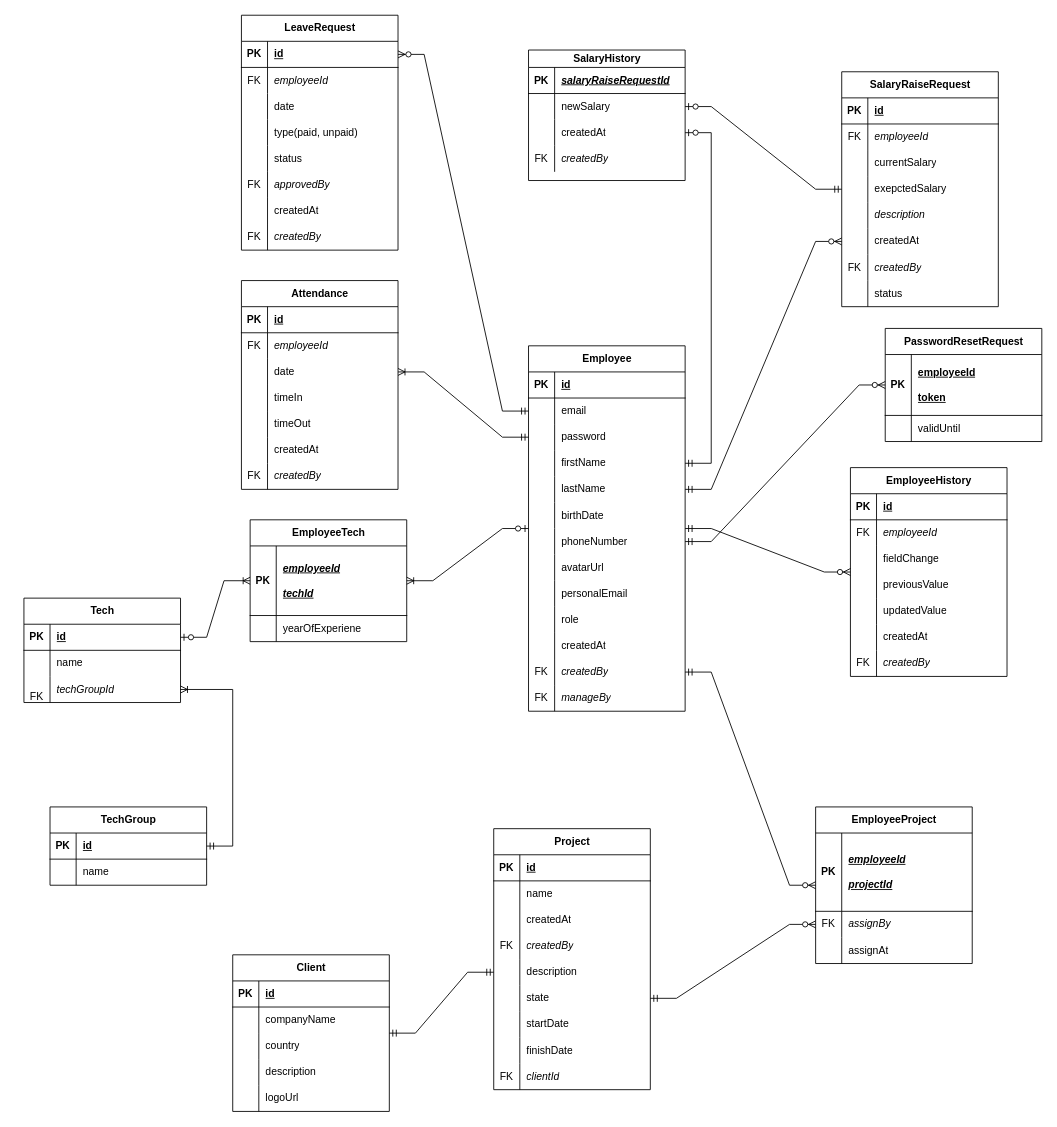
Before: EntityRelationshipDiagram.drawio in LeQuiLong7/VMO_HumanManagementProject, a draw.io diagram. Source tidied: cells renumbered, new cells numbered last; positions are measured from the earlier drawing's top-left corner, leaving out a move shared by most shapes. Both pictures are drawn from the tidied source at 87%, with x=0, y=0 at pixel (-238, 15).
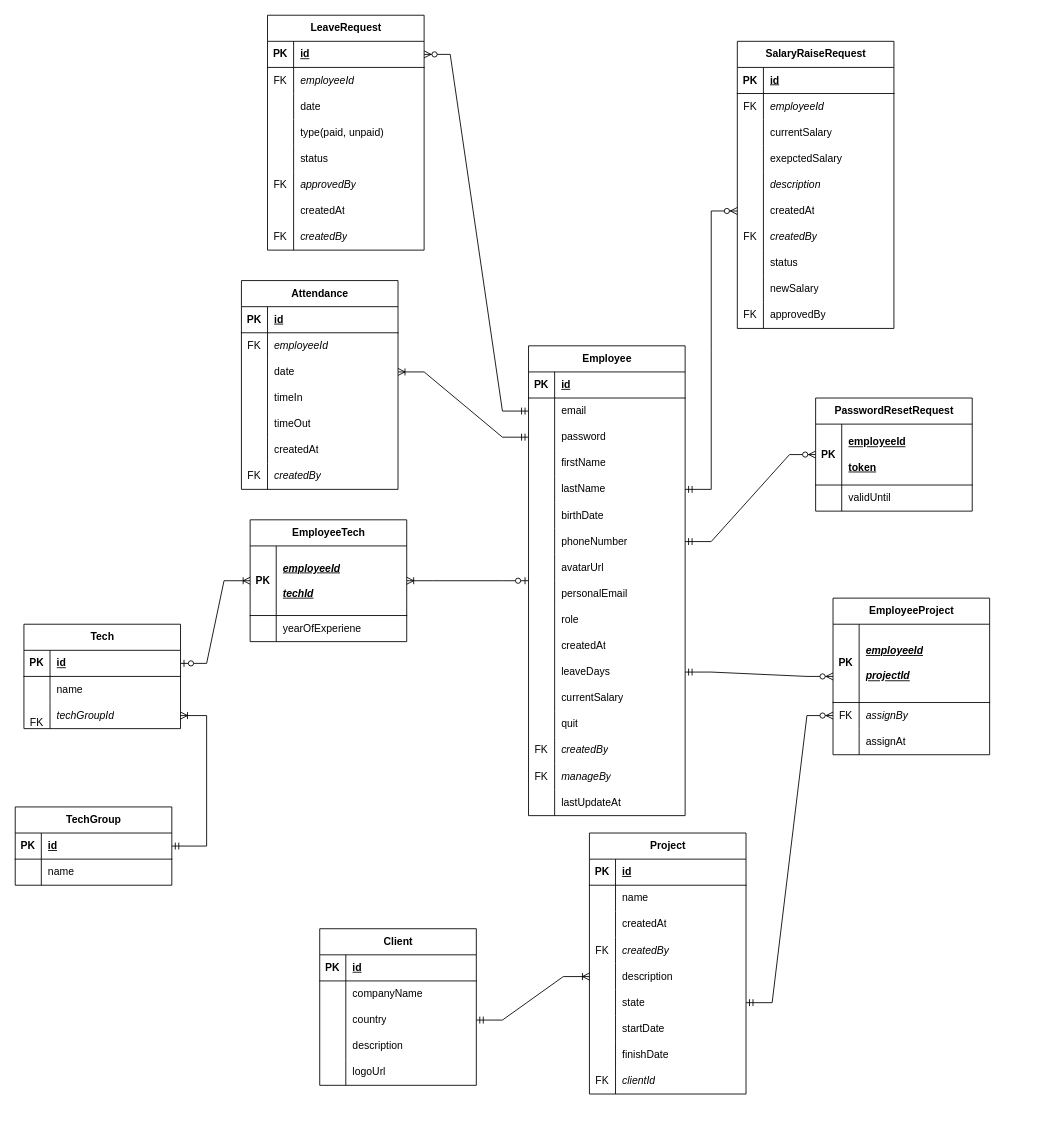
The same diagram, later.

Unchanged cells that the change refers to:
```xml
<mxCell id="32" style="shape=tableRow;horizontal=0;startSize=0;swimlaneHead=0;swimlaneBody=0;fillColor=none;points=[[0,0.5],[1,0.5]];portConstraint=eastwest;top=0;left=0;right=0;bottom=0;" parent="19" vertex="1">
  <mxGeometry y="150" width="180" height="30" as="geometry" />
</mxCell>
<mxCell id="54" style="shape=tableRow;horizontal=0;startSize=0;swimlaneHead=0;swimlaneBody=0;fillColor=none;points=[[0,0.5],[1,0.5]];portConstraint=eastwest;top=0;left=0;right=0;bottom=0;" parent="47" vertex="1">
  <mxGeometry y="90" width="180" height="30" as="geometry" />
</mxCell>
<mxCell id="102" style="shape=tableRow;horizontal=0;startSize=0;swimlaneHead=0;swimlaneBody=0;fillColor=none;points=[[0,0.5],[1,0.5]];portConstraint=eastwest;top=0;left=0;right=0;bottom=0;" parent="92" vertex="1">
  <mxGeometry y="120" width="180" height="30" as="geometry" />
</mxCell>
<mxCell id="229" style="shape=tableRow;horizontal=0;startSize=0;swimlaneHead=0;swimlaneBody=0;fillColor=none;points=[[0,0.5],[1,0.5]];portConstraint=eastwest;top=0;left=0;right=0;bottom=0;" parent="219" vertex="1">
  <mxGeometry y="120" width="180" height="30" as="geometry" />
</mxCell>
```

The edit, as a diff of the source:
```diff
@@
     <mxCell id="2" value="Tech" style="shape=table;startSize=30;childLayout=tableLayout;rowLines=0;fontStyle=1;align=center;html=1;" parent="1" vertex="1">
-      <mxGeometry x="300" y="670" width="180" height="120" as="geometry" />
+      <mxGeometry x="300" y="700" width="180" height="120" as="geometry" />
     </mxCell>
@@
     <mxCell id="12" value="TechGroup" style="shape=table;startSize=30;childLayout=tableLayout;rowLines=0;fontStyle=1;align=center;html=1;" parent="1" vertex="1">
-      <mxGeometry x="330" y="910" width="180" height="90" as="geometry" />
+      <mxGeometry x="290" y="910" width="180" height="90" as="geometry" />
     </mxCell>
@@
     <mxCell id="19" value="Project" style="shape=table;startSize=30;childLayout=tableLayout;rowLines=0;fontStyle=1;align=center;html=1;" parent="1" vertex="1">
-      <mxGeometry x="840" y="935" width="180" height="300" as="geometry" />
+      <mxGeometry x="950" y="940" width="180" height="300" as="geometry" />
     </mxCell>
@@
     <mxCell id="47" value="Client" style="shape=table;startSize=30;childLayout=tableLayout;rowLines=0;fontStyle=1;align=center;html=1;" parent="1" vertex="1">
-      <mxGeometry x="540" y="1080" width="180" height="180" as="geometry" />
+      <mxGeometry x="640" y="1050" width="180" height="180" as="geometry" />
     </mxCell>
@@
-    <mxCell id="63" value="EmployeeHistory" style="shape=table;startSize=30;childLayout=tableLayout;rowLines=0;fontStyle=1;align=center;html=1;" parent="1" vertex="1">
-      <mxGeometry x="1250" y="520" width="180" height="240" as="geometry" />
-    </mxCell>
-    <mxCell id="64" style="shape=tableRow;horizontal=0;startSize=0;swimlaneHead=0;swimlaneBody=0;fillColor=none;top=0;left=0;right=0;bottom=1;" parent="63" vertex="1">
-      <mxGeometry y="30" width="180" height="30" as="geometry" />
-    </mxCell>
-    <mxCell id="65" value="PK" style="shape=partialRectangle;fillColor=none;top=0;left=0;bottom=0;right=0;fontStyle=1;overflow=hidden;whiteSpace=wrap;html=1;" parent="64" vertex="1">
-      <mxGeometry width="30" height="30" as="geometry" />
-    </mxCell>
-    <mxCell id="66" value="id" style="shape=partialRectangle;fillColor=none;top=0;left=0;bottom=0;right=0;align=left;spacingLeft=6;fontStyle=5;overflow=hidden;whiteSpace=wrap;html=1;" parent="64" vertex="1">
-      <mxGeometry x="30" width="150" height="30" as="geometry" />
-    </mxCell>
-    <mxCell id="67" style="shape=tableRow;horizontal=0;startSize=0;swimlaneHead=0;swimlaneBody=0;fillColor=none;top=0;left=0;right=0;bottom=0;" parent="63" vertex="1">
-      <mxGeometry y="60" width="180" height="30" as="geometry" />
-    </mxCell>
-    <mxCell id="68" value="FK" style="shape=partialRectangle;fillColor=none;top=0;left=0;bottom=0;right=0;overflow=hidden;whiteSpace=wrap;html=1;" parent="67" vertex="1">
-      <mxGeometry width="30" height="30" as="geometry" />
-    </mxCell>
-    <mxCell id="69" value="&lt;i&gt;employeeId&lt;/i&gt;" style="shape=partialRectangle;fillColor=none;top=0;left=0;bottom=0;right=0;align=left;spacingLeft=6;overflow=hidden;whiteSpace=wrap;html=1;" parent="67" vertex="1">
-      <mxGeometry x="30" width="150" height="30" as="geometry" />
-    </mxCell>
-    <mxCell id="70" style="shape=tableRow;horizontal=0;startSize=0;swimlaneHead=0;swimlaneBody=0;fillColor=none;top=0;left=0;right=0;bottom=0;" parent="63" vertex="1">
-      <mxGeometry y="90" width="180" height="30" as="geometry" />
-    </mxCell>
-    <mxCell id="71" style="shape=partialRectangle;fillColor=none;top=0;left=0;bottom=0;right=0;overflow=hidden;whiteSpace=wrap;html=1;" parent="70" vertex="1">
-      <mxGeometry width="30" height="30" as="geometry" />
-    </mxCell>
-    <mxCell id="72" value="fieldChange" style="shape=partialRectangle;fillColor=none;top=0;left=0;bottom=0;right=0;align=left;spacingLeft=6;overflow=hidden;whiteSpace=wrap;html=1;" parent="70" vertex="1">
-      <mxGeometry x="30" width="150" height="30" as="geometry" />
-    </mxCell>
-    <mxCell id="73" style="shape=tableRow;horizontal=0;startSize=0;swimlaneHead=0;swimlaneBody=0;fillColor=none;top=0;left=0;right=0;bottom=0;" parent="63" vertex="1">
-      <mxGeometry y="120" width="180" height="30" as="geometry" />
-    </mxCell>
-    <mxCell id="74" style="shape=partialRectangle;fillColor=none;top=0;left=0;bottom=0;right=0;overflow=hidden;whiteSpace=wrap;html=1;" parent="73" vertex="1">
-      <mxGeometry width="30" height="30" as="geometry" />
-    </mxCell>
-    <mxCell id="75" value="previousValue" style="shape=partialRectangle;fillColor=none;top=0;left=0;bottom=0;right=0;align=left;spacingLeft=6;overflow=hidden;whiteSpace=wrap;html=1;" parent="73" vertex="1">
-      <mxGeometry x="30" width="150" height="30" as="geometry" />
-    </mxCell>
-    <mxCell id="76" style="shape=tableRow;horizontal=0;startSize=0;swimlaneHead=0;swimlaneBody=0;fillColor=none;top=0;left=0;right=0;bottom=0;" parent="63" vertex="1">
-      <mxGeometry y="150" width="180" height="30" as="geometry" />
-    </mxCell>
-    <mxCell id="77" style="shape=partialRectangle;fillColor=none;top=0;left=0;bottom=0;right=0;overflow=hidden;whiteSpace=wrap;html=1;" parent="76" vertex="1">
-      <mxGeometry width="30" height="30" as="geometry" />
-    </mxCell>
-    <mxCell id="78" value="updatedValue" style="shape=partialRectangle;fillColor=none;top=0;left=0;bottom=0;right=0;align=left;spacingLeft=6;overflow=hidden;whiteSpace=wrap;html=1;" parent="76" vertex="1">
-      <mxGeometry x="30" width="150" height="30" as="geometry" />
-    </mxCell>
-    <mxCell id="79" style="shape=tableRow;horizontal=0;startSize=0;swimlaneHead=0;swimlaneBody=0;fillColor=none;top=0;left=0;right=0;bottom=0;" parent="63" vertex="1">
-      <mxGeometry y="180" width="180" height="30" as="geometry" />
-    </mxCell>
-    <mxCell id="80" style="shape=partialRectangle;fillColor=none;top=0;left=0;bottom=0;right=0;overflow=hidden;whiteSpace=wrap;html=1;" parent="79" vertex="1">
-      <mxGeometry width="30" height="30" as="geometry" />
-    </mxCell>
-    <mxCell id="81" value="createdAt" style="shape=partialRectangle;fillColor=none;top=0;left=0;bottom=0;right=0;align=left;spacingLeft=6;overflow=hidden;whiteSpace=wrap;html=1;" parent="79" vertex="1">
-      <mxGeometry x="30" width="150" height="30" as="geometry" />
-    </mxCell>
-    <mxCell id="82" style="shape=tableRow;horizontal=0;startSize=0;swimlaneHead=0;swimlaneBody=0;fillColor=none;top=0;left=0;right=0;bottom=0;" parent="63" vertex="1">
-      <mxGeometry y="210" width="180" height="30" as="geometry" />
-    </mxCell>
-    <mxCell id="83" value="FK" style="shape=partialRectangle;fillColor=none;top=0;left=0;bottom=0;right=0;overflow=hidden;whiteSpace=wrap;html=1;" parent="82" vertex="1">
-      <mxGeometry width="30" height="30" as="geometry" />
-    </mxCell>
-    <mxCell id="84" value="&lt;i&gt;createdBy&lt;/i&gt;" style="shape=partialRectangle;fillColor=none;top=0;left=0;bottom=0;right=0;align=left;spacingLeft=6;overflow=hidden;whiteSpace=wrap;html=1;" parent="82" vertex="1">
-      <mxGeometry x="30" width="150" height="30" as="geometry" />
-    </mxCell>
@@
     <mxCell id="92" value="Employee" style="shape=table;startSize=30;childLayout=tableLayout;rowLines=0;fontStyle=1;align=center;html=1;" parent="1" vertex="1">
-      <mxGeometry x="880" y="380" width="180" height="420" as="geometry" />
+      <mxGeometry x="880" y="380" width="180" height="540" as="geometry" />
     </mxCell>
@@
+    <mxCell id="247" style="shape=tableRow;horizontal=0;startSize=0;swimlaneHead=0;swimlaneBody=0;fillColor=none;top=0;left=0;right=0;bottom=0;" parent="92" vertex="1">
+      <mxGeometry y="360" width="180" height="30" as="geometry" />
+    </mxCell>
+    <mxCell id="248" style="shape=partialRectangle;fillColor=none;top=0;left=0;bottom=0;right=0;overflow=hidden;whiteSpace=wrap;html=1;" parent="247" vertex="1">
+      <mxGeometry width="30" height="30" as="geometry" />
+    </mxCell>
+    <mxCell id="249" value="leaveDays" style="shape=partialRectangle;fillColor=none;top=0;left=0;bottom=0;right=0;align=left;spacingLeft=6;overflow=hidden;whiteSpace=wrap;html=1;" parent="247" vertex="1">
+      <mxGeometry x="30" width="150" height="30" as="geometry" />
+    </mxCell>
+    <mxCell id="250" style="shape=tableRow;horizontal=0;startSize=0;swimlaneHead=0;swimlaneBody=0;fillColor=none;top=0;left=0;right=0;bottom=0;" parent="92" vertex="1">
+      <mxGeometry y="390" width="180" height="30" as="geometry" />
+    </mxCell>
+    <mxCell id="251" style="shape=partialRectangle;fillColor=none;top=0;left=0;bottom=0;right=0;overflow=hidden;whiteSpace=wrap;html=1;" parent="250" vertex="1">
+      <mxGeometry width="30" height="30" as="geometry" />
+    </mxCell>
+    <mxCell id="252" value="currentSalary" style="shape=partialRectangle;fillColor=none;top=0;left=0;bottom=0;right=0;align=left;spacingLeft=6;overflow=hidden;whiteSpace=wrap;html=1;" parent="250" vertex="1">
+      <mxGeometry x="30" width="150" height="30" as="geometry" />
+    </mxCell>
+    <mxCell id="253" style="shape=tableRow;horizontal=0;startSize=0;swimlaneHead=0;swimlaneBody=0;fillColor=none;top=0;left=0;right=0;bottom=0;" parent="92" vertex="1">
+      <mxGeometry y="420" width="180" height="30" as="geometry" />
+    </mxCell>
+    <mxCell id="254" style="shape=partialRectangle;fillColor=none;top=0;left=0;bottom=0;right=0;overflow=hidden;whiteSpace=wrap;html=1;" parent="253" vertex="1">
+      <mxGeometry width="30" height="30" as="geometry" />
+    </mxCell>
+    <mxCell id="255" value="quit" style="shape=partialRectangle;fillColor=none;top=0;left=0;bottom=0;right=0;align=left;spacingLeft=6;overflow=hidden;whiteSpace=wrap;html=1;" parent="253" vertex="1">
+      <mxGeometry x="30" width="150" height="30" as="geometry" />
+    </mxCell>
     <mxCell id="126" style="shape=tableRow;horizontal=0;startSize=0;swimlaneHead=0;swimlaneBody=0;fillColor=none;top=0;left=0;right=0;bottom=0;" parent="92" vertex="1">
-      <mxGeometry y="360" width="180" height="30" as="geometry" />
+      <mxGeometry y="450" width="180" height="30" as="geometry" />
     </mxCell>
@@
     <mxCell id="129" style="shape=tableRow;horizontal=0;startSize=0;swimlaneHead=0;swimlaneBody=0;fillColor=none;top=0;left=0;right=0;bottom=0;" parent="92" vertex="1">
-      <mxGeometry y="390" width="180" height="30" as="geometry" />
+      <mxGeometry y="480" width="180" height="30" as="geometry" />
     </mxCell>
@@
-    <mxCell id="132" style="edgeStyle=entityRelationEdgeStyle;fontSize=12;html=1;endArrow=ERmandOne;startArrow=ERmandOne;rounded=0;" parent="1" edge="1" source="47" target="32">
-      <mxGeometry relative="1" as="geometry" />
-    </mxCell>
+    <mxCell id="256" style="shape=tableRow;horizontal=0;startSize=0;swimlaneHead=0;swimlaneBody=0;fillColor=none;top=0;left=0;right=0;bottom=0;" parent="92" vertex="1">
+      <mxGeometry y="510" width="180" height="30" as="geometry" />
+    </mxCell>
+    <mxCell id="257" style="shape=partialRectangle;fillColor=none;top=0;left=0;bottom=0;right=0;overflow=hidden;whiteSpace=wrap;html=1;" parent="256" vertex="1">
+      <mxGeometry width="30" height="30" as="geometry" />
+    </mxCell>
+    <mxCell id="258" value="lastUpdateAt" style="shape=partialRectangle;fillColor=none;top=0;left=0;bottom=0;right=0;align=left;spacingLeft=6;overflow=hidden;whiteSpace=wrap;html=1;" parent="256" vertex="1">
+      <mxGeometry x="30" width="150" height="30" as="geometry" />
+    </mxCell>
@@
-    <mxCell id="135" style="edgeStyle=entityRelationEdgeStyle;fontSize=12;html=1;endArrow=ERzeroToMany;startArrow=ERmandOne;rounded=0;" parent="1" edge="1" source="92" target="63">
-      <mxGeometry relative="1" as="geometry" />
-    </mxCell>
@@
-    <mxCell id="137" value="SalaryHistory" style="shape=table;startSize=20;childLayout=tableLayout;rowLines=0;fontStyle=1;align=center;html=1;" parent="1" vertex="1">
-      <mxGeometry x="880" y="40" width="180" height="150" as="geometry" />
-    </mxCell>
-    <mxCell id="138" style="shape=tableRow;horizontal=0;startSize=0;swimlaneHead=0;swimlaneBody=0;fillColor=none;top=0;left=0;right=0;bottom=1;" parent="137" vertex="1">
-      <mxGeometry y="20" width="180" height="30" as="geometry" />
-    </mxCell>
-    <mxCell id="139" value="PK" style="shape=partialRectangle;fillColor=none;top=0;left=0;bottom=0;right=0;fontStyle=1;overflow=hidden;whiteSpace=wrap;html=1;" parent="138" vertex="1">
-      <mxGeometry width="30" height="30" as="geometry" />
-    </mxCell>
-    <mxCell id="140" value="&lt;i style=&quot;&quot;&gt;salaryRaiseRequestId&lt;/i&gt;" style="shape=partialRectangle;fillColor=none;top=0;left=0;bottom=0;right=0;align=left;spacingLeft=6;fontStyle=5;overflow=hidden;whiteSpace=wrap;html=1;" parent="138" vertex="1">
-      <mxGeometry x="30" width="150" height="30" as="geometry" />
-    </mxCell>
-    <mxCell id="141" style="shape=tableRow;horizontal=0;startSize=0;swimlaneHead=0;swimlaneBody=0;fillColor=none;points=[[0,0.5],[1,0.5]];portConstraint=eastwest;top=0;left=0;right=0;bottom=0;" parent="137" vertex="1">
-      <mxGeometry y="50" width="180" height="30" as="geometry" />
-    </mxCell>
-    <mxCell id="142" style="shape=partialRectangle;fillColor=none;top=0;left=0;bottom=0;right=0;overflow=hidden;whiteSpace=wrap;html=1;" parent="141" vertex="1">
-      <mxGeometry width="30" height="30" as="geometry" />
-    </mxCell>
-    <mxCell id="143" value="newSalary" style="shape=partialRectangle;fillColor=none;top=0;left=0;bottom=0;right=0;align=left;spacingLeft=6;overflow=hidden;whiteSpace=wrap;html=1;" parent="141" vertex="1">
-      <mxGeometry x="30" width="150" height="30" as="geometry" />
-    </mxCell>
-    <mxCell id="144" style="shape=tableRow;horizontal=0;startSize=0;swimlaneHead=0;swimlaneBody=0;fillColor=none;points=[[0,0.5],[1,0.5]];portConstraint=eastwest;top=0;left=0;right=0;bottom=0;" parent="137" vertex="1">
-      <mxGeometry y="80" width="180" height="30" as="geometry" />
-    </mxCell>
-    <mxCell id="145" style="shape=partialRectangle;fillColor=none;top=0;left=0;bottom=0;right=0;overflow=hidden;whiteSpace=wrap;html=1;" parent="144" vertex="1">
-      <mxGeometry width="30" height="30" as="geometry" />
-    </mxCell>
-    <mxCell id="146" value="createdAt" style="shape=partialRectangle;fillColor=none;top=0;left=0;bottom=0;right=0;align=left;spacingLeft=6;overflow=hidden;whiteSpace=wrap;html=1;" parent="144" vertex="1">
-      <mxGeometry x="30" width="150" height="30" as="geometry" />
-    </mxCell>
-    <mxCell id="147" style="shape=tableRow;horizontal=0;startSize=0;swimlaneHead=0;swimlaneBody=0;fillColor=none;top=0;left=0;right=0;bottom=0;" parent="137" vertex="1">
-      <mxGeometry y="110" width="180" height="30" as="geometry" />
-    </mxCell>
-    <mxCell id="148" value="FK" style="shape=partialRectangle;fillColor=none;top=0;left=0;bottom=0;right=0;overflow=hidden;whiteSpace=wrap;html=1;" parent="147" vertex="1">
-      <mxGeometry width="30" height="30" as="geometry" />
-    </mxCell>
-    <mxCell id="149" value="&lt;i&gt;createdBy&lt;/i&gt;" style="shape=partialRectangle;fillColor=none;top=0;left=0;bottom=0;right=0;align=left;spacingLeft=6;overflow=hidden;whiteSpace=wrap;html=1;" parent="147" vertex="1">
-      <mxGeometry x="30" width="150" height="30" as="geometry" />
-    </mxCell>
     <mxCell id="150" value="PasswordResetRequest" style="shape=table;startSize=30;childLayout=tableLayout;rowLines=0;fontStyle=1;align=center;html=1;" parent="1" vertex="1">
-      <mxGeometry x="1290" y="360" width="180" height="130" as="geometry" />
+      <mxGeometry x="1210" y="440" width="180" height="130" as="geometry" />
     </mxCell>
@@
     <mxCell id="179" value="LeaveRequest" style="shape=table;startSize=30;childLayout=tableLayout;rowLines=0;fontStyle=1;align=center;html=1;" parent="1" vertex="1">
-      <mxGeometry x="550" width="180" height="270" as="geometry" />
+      <mxGeometry x="580" width="180" height="270" as="geometry" />
     </mxCell>
@@
     <mxCell id="204" value="EmployeeProject" style="shape=table;startSize=30;childLayout=tableLayout;rowLines=0;fontStyle=1;align=center;html=1;" parent="1" vertex="1">
-      <mxGeometry x="1210" y="910" width="180" height="180" as="geometry" />
+      <mxGeometry x="1230" y="670" width="180" height="180" as="geometry" />
     </mxCell>
@@
     <mxCell id="219" value="SalaryRaiseRequest" style="shape=table;startSize=30;childLayout=tableLayout;rowLines=0;fontStyle=1;align=center;html=1;" parent="1" vertex="1">
-      <mxGeometry x="1240" y="65" width="180" height="270" as="geometry" />
+      <mxGeometry x="1120" y="30" width="180" height="330" as="geometry" />
     </mxCell>
@@
+    <mxCell id="259" style="shape=tableRow;horizontal=0;startSize=0;swimlaneHead=0;swimlaneBody=0;fillColor=none;top=0;left=0;right=0;bottom=0;" parent="219" vertex="1">
+      <mxGeometry y="270" width="180" height="30" as="geometry" />
+    </mxCell>
+    <mxCell id="260" style="shape=partialRectangle;fillColor=none;top=0;left=0;bottom=0;right=0;overflow=hidden;whiteSpace=wrap;html=1;" parent="259" vertex="1">
+      <mxGeometry width="30" height="30" as="geometry" />
+    </mxCell>
+    <mxCell id="143" value="newSalary" style="shape=partialRectangle;fillColor=none;top=0;left=0;bottom=0;right=0;align=left;spacingLeft=6;overflow=hidden;whiteSpace=wrap;html=1;" parent="259" vertex="1">
+      <mxGeometry x="30" width="150" height="30" as="geometry" />
+    </mxCell>
+    <mxCell id="261" style="shape=tableRow;horizontal=0;startSize=0;swimlaneHead=0;swimlaneBody=0;fillColor=none;top=0;left=0;right=0;bottom=0;" parent="219" vertex="1">
+      <mxGeometry y="300" width="180" height="30" as="geometry" />
+    </mxCell>
+    <mxCell id="262" value="FK" style="shape=partialRectangle;fillColor=none;top=0;left=0;bottom=0;right=0;overflow=hidden;whiteSpace=wrap;html=1;" parent="261" vertex="1">
+      <mxGeometry width="30" height="30" as="geometry" />
+    </mxCell>
+    <mxCell id="263" value="approvedBy" style="shape=partialRectangle;fillColor=none;top=0;left=0;bottom=0;right=0;align=left;spacingLeft=6;overflow=hidden;whiteSpace=wrap;html=1;" parent="261" vertex="1">
+      <mxGeometry x="30" width="150" height="30" as="geometry" />
+    </mxCell>
@@
-    <mxCell id="245" style="edgeStyle=entityRelationEdgeStyle;fontSize=12;html=1;endArrow=ERzeroToOne;startArrow=ERmandOne;rounded=0;" parent="1" edge="1" source="229" target="141">
-      <mxGeometry relative="1" as="geometry" />
-    </mxCell>
-    <mxCell id="246" style="edgeStyle=entityRelationEdgeStyle;fontSize=12;html=1;endArrow=ERzeroToOne;startArrow=ERmandOne;rounded=0;exitX=1;exitY=0.5;exitDx=0;exitDy=0;" parent="1" edge="1" source="102" target="144">
-      <mxGeometry relative="1" as="geometry" />
-    </mxCell>
+    <mxCell id="264" style="edgeStyle=entityRelationEdgeStyle;fontSize=12;html=1;endArrow=ERoneToMany;startArrow=ERmandOne;rounded=0;" parent="1" edge="1" source="54" target="32">
+      <mxGeometry relative="1" as="geometry" />
+    </mxCell>
```
